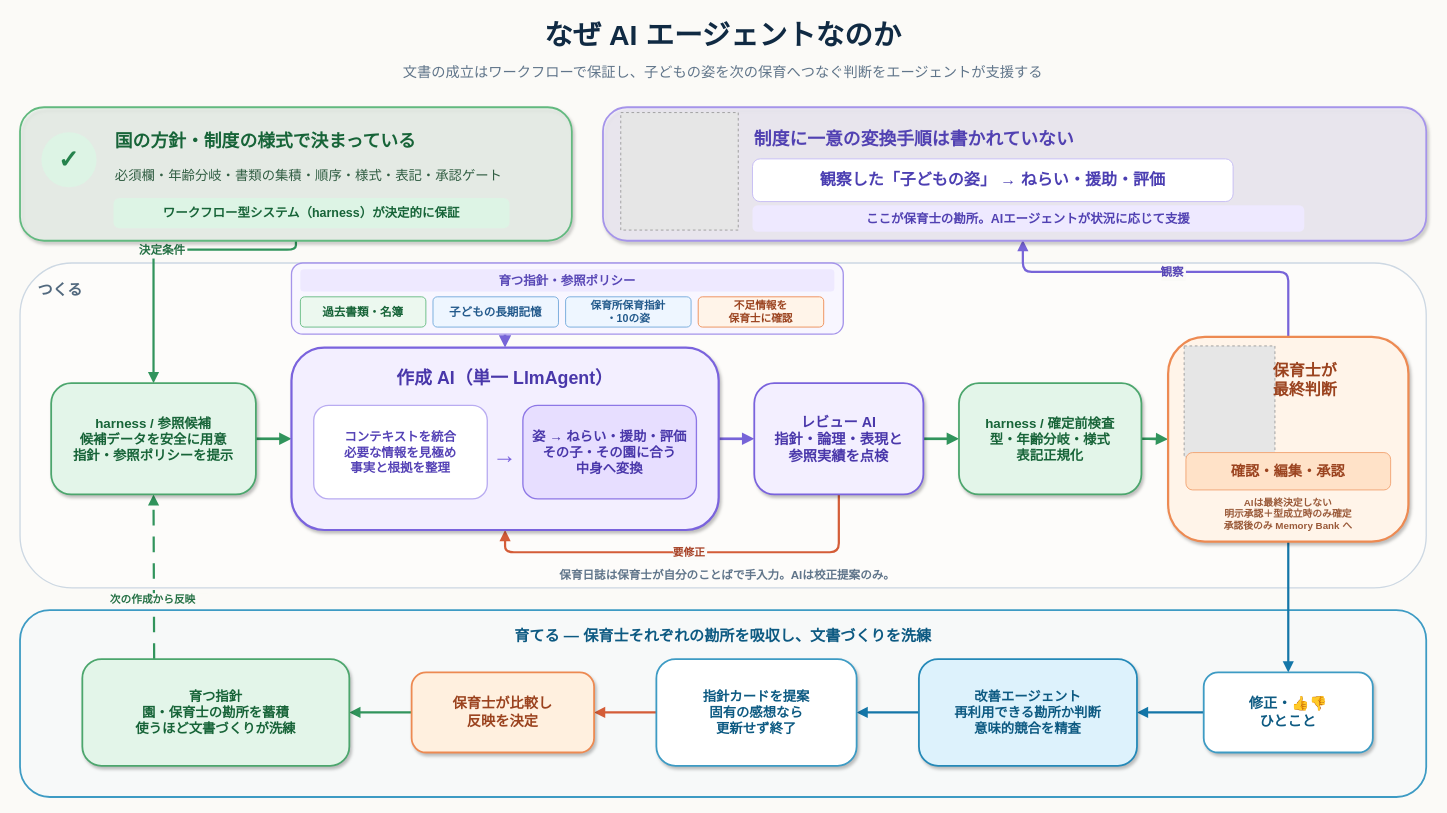
Before: docs/agent-workflow.drawio in soichiGogo/hoiku-agent, a draw.io diagram. Source tidied: cells renumbered, new cells numbered last; positions are measured from the earlier drawing's top-left corner, leaving out a move shared by most shapes. Both pictures are drawn from the tidied source at 89%, with x=0, y=0 at pixel (20, 15). Pictures stored in the file or linked from it are replaced by grey dashed boxes.
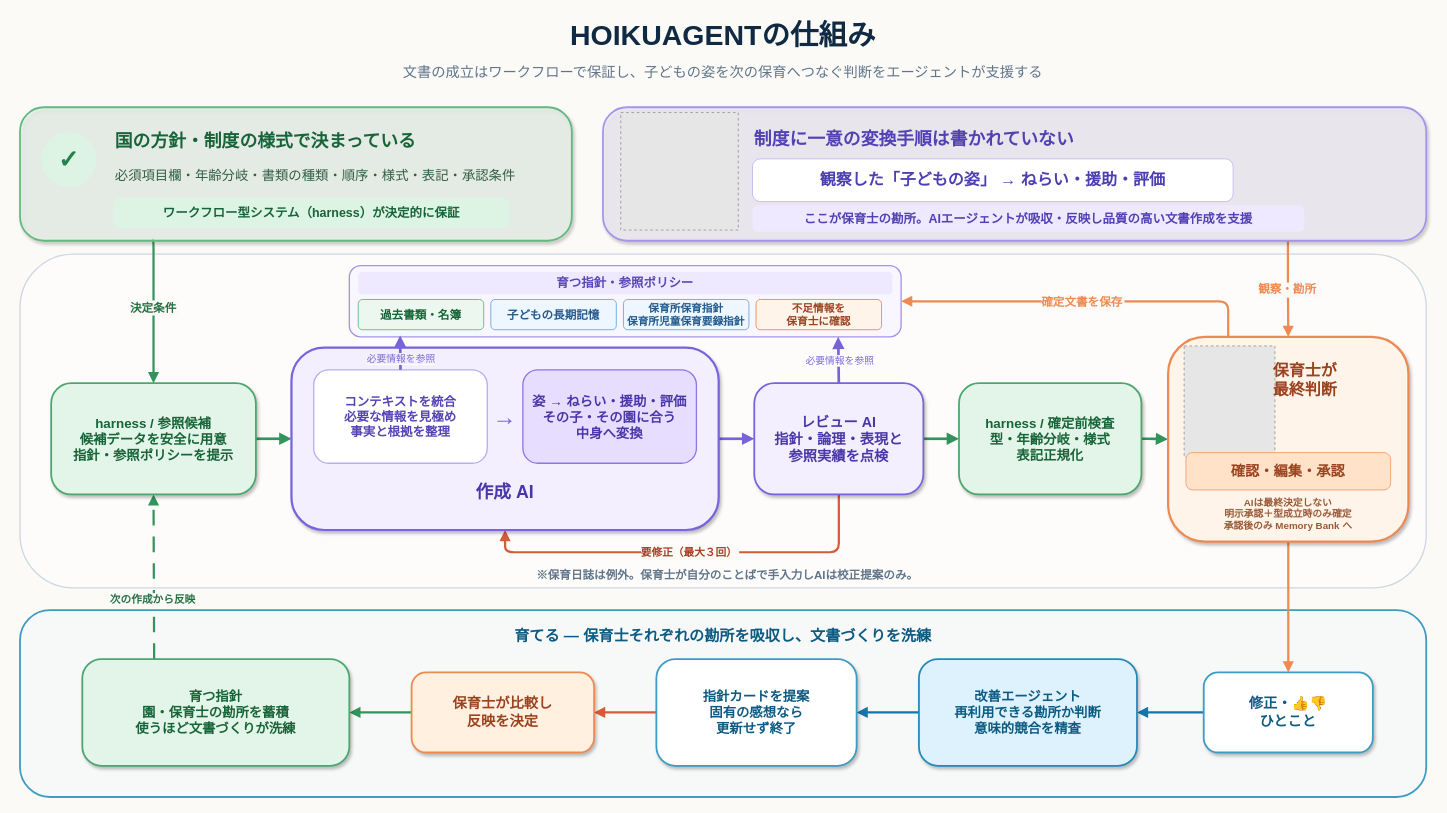
Above is the later version.

Commit message (it also covers changes not shown here):
AIエージェント図の手動調整を反映

Unchanged cells that the change refers to:
```xml
<mxCell id="20" style="rounded=1;whiteSpace=wrap;html=0;fillColor=#ECF8EF;fillOpacity=55;strokeColor=#62B97F;strokeWidth=2;shadow=1;arcSize=18;fontFamily=Helvetica;" parent="1" vertex="1">
  <mxGeometry y="103" width="620" height="150" as="geometry" />
</mxCell>
<mxCell id="25" style="rounded=1;whiteSpace=wrap;html=0;fillColor=#F4F0FF;fillOpacity=60;strokeColor=#A594EA;strokeWidth=2;shadow=1;arcSize=18;fontFamily=Helvetica;" parent="1" vertex="1">
  <mxGeometry x="655" y="103" width="925" height="150" as="geometry" />
</mxCell>
<mxCell id="30" value="harness / 参照候補&#10;候補データを安全に用意&#10;指針・参照ポリシーを提示" style="rounded=1;whiteSpace=wrap;html=0;fillColor=#E3F5E9;strokeColor=#4CA66D;strokeWidth=2;shadow=1;arcSize=18;fontColor=#176438;fontSize=15;fontStyle=1;fontFamily=Helvetica;" parent="1" vertex="1">
  <mxGeometry x="35" y="413" width="230" height="125" as="geometry" />
</mxCell>
<mxCell id="37" style="rounded=1;whiteSpace=wrap;html=0;fillColor=#F3EFFF;strokeColor=#7A63DD;strokeWidth=2.5;shadow=1;arcSize=18;fontFamily=Helvetica;" parent="1" vertex="1">
  <mxGeometry x="305" y="373" width="480" height="205" as="geometry" />
</mxCell>
<mxCell id="42" value="レビュー AI&#10;指針・論理・表現と&#10;参照実績を点検" style="rounded=1;whiteSpace=wrap;html=0;fillColor=#F3EFFF;strokeColor=#7A63DD;strokeWidth=2;shadow=1;arcSize=18;fontColor=#4937AA;fontSize=16;fontStyle=1;fontFamily=Helvetica;" parent="1" vertex="1">
  <mxGeometry x="825" y="413" width="190" height="125" as="geometry" />
</mxCell>
<mxCell id="44" style="rounded=1;whiteSpace=wrap;html=0;fillColor=#FFF4E9;strokeColor=#ED8A52;strokeWidth=2.5;shadow=1;arcSize=18;fontFamily=Helvetica;" parent="1" vertex="1">
  <mxGeometry x="1290" y="361" width="270" height="230" as="geometry" />
</mxCell>
<mxCell id="50" value="修正・👍👎&#10;ひとこと" style="rounded=1;whiteSpace=wrap;html=0;fillColor=#FFFFFF;strokeColor=#3D9BC4;strokeWidth=2;shadow=1;arcSize=18;fontColor=#0D5A82;fontSize=16;fontStyle=1;fontFamily=Helvetica;" parent="1" vertex="1">
  <mxGeometry x="1330" y="738" width="190" height="90" as="geometry" />
</mxCell>
```

Diff of the diagram source:
```diff
@@
+    <mxCell id="3" style="rounded=1;whiteSpace=wrap;html=0;fillColor=#FFFFFF;fillOpacity=35;strokeColor=#CDD8E3;strokeWidth=1.5;verticalAlign=top;align=left;spacingTop=14;spacingLeft=18;fontColor=#52697E;fontSize=17;fontStyle=1;fontFamily=Helvetica;arcSize=16;" parent="1" vertex="1">
+      <mxGeometry y="268" width="1580" height="375" as="geometry" />
+    </mxCell>
@@
-    <mxCell id="3" value="つくる" style="rounded=1;whiteSpace=wrap;html=0;fillColor=#FFFFFF;fillOpacity=35;strokeColor=#CDD8E3;strokeWidth=1.5;verticalAlign=top;align=left;spacingTop=14;spacingLeft=18;fontColor=#52697E;fontSize=17;fontStyle=1;fontFamily=Helvetica;arcSize=16;" parent="1" vertex="1">
-      <mxGeometry y="278" width="1580" height="365" as="geometry" />
-    </mxCell>
-    <mxCell id="4" value="決定条件" style="edgeStyle=orthogonalEdgeStyle;rounded=1;html=0;endArrow=block;endFill=1;strokeWidth=2.5;strokeColor=#31945C;fontColor=#247044;fontSize=13;fontStyle=1;fontFamily=Helvetica;labelBackgroundColor=#FBFAF7;exitX=0.5;exitY=1;entryX=0.5;entryY=0;" parent="1" edge="1" source="20" target="30">
-      <mxGeometry relative="1" as="geometry">
+    <mxCell id="4" value="決定条件" style="edgeStyle=orthogonalEdgeStyle;rounded=1;html=0;endArrow=block;endFill=1;strokeWidth=2.5;strokeColor=#31945C;fontColor=#247044;fontSize=13;fontStyle=1;fontFamily=Helvetica;labelBackgroundColor=#FBFAF7;exitX=0.24;exitY=0.993;entryX=0.5;entryY=0;exitDx=0;exitDy=0;exitPerimeter=0;" parent="1" edge="1" source="20" target="30">
+      <mxGeometry x="-0.05" relative="1" as="geometry">
         <Array as="points">
-          <mxPoint x="310" y="263" />
-          <mxPoint x="150" y="263" />
+          <mxPoint x="150" y="252" />
         </Array>
       </mxGeometry>
     </mxCell>
-    <mxCell id="5" value="観察" style="edgeStyle=orthogonalEdgeStyle;rounded=1;html=0;endArrow=block;endFill=1;strokeWidth=2.5;strokeColor=#7764D8;fontColor=#5847B6;fontSize=13;fontStyle=1;fontFamily=Helvetica;labelBackgroundColor=#FBFAF7;entryX=0.51;entryY=0.995;entryDx=0;entryDy=0;entryPerimeter=0;exitX=0.5;exitY=0;exitDx=0;exitDy=0;" parent="1" edge="1" source="44" target="25">
-      <mxGeometry relative="1" as="geometry">
-        <Array as="points">
-          <mxPoint x="1425" y="288" />
-          <mxPoint x="1127" y="288" />
-        </Array>
-      </mxGeometry>
+    <mxCell id="5" value="観察・勘所" style="edgeStyle=orthogonalEdgeStyle;rounded=1;html=0;endArrow=block;endFill=1;strokeWidth=2.5;strokeColor=light-dark(#ee8a52, #9282e6);fontColor=light-dark(#ef8a52, #ab9cfb);fontSize=13;fontStyle=1;fontFamily=Helvetica;labelBackgroundColor=#FBFAF7;entryX=0.5;entryY=0;entryDx=0;entryDy=0;exitX=0.832;exitY=0.997;exitDx=0;exitDy=0;exitPerimeter=0;" parent="1" edge="1" source="25" target="44">
+      <mxGeometry relative="1" as="geometry" />
     </mxCell>
@@
-    <mxCell id="7" style="edgeStyle=orthogonalEdgeStyle;rounded=1;html=0;endArrow=block;endFill=1;strokeWidth=3;strokeColor=#7764D8;exitX=0.387;exitY=1;entryX=0.5;entryY=0;" parent="1" edge="1" source="31" target="37">
-      <mxGeometry relative="1" as="geometry" />
-    </mxCell>
@@
-    <mxCell id="11" value="要修正" style="edgeStyle=orthogonalEdgeStyle;rounded=1;html=0;endArrow=block;endFill=1;strokeWidth=2.5;strokeColor=#D45D38;fontColor=#A53E22;fontSize=12;fontStyle=1;fontFamily=Helvetica;labelBackgroundColor=#FBFAF7;exitX=0.5;exitY=1;" parent="1" edge="1" source="42">
+    <mxCell id="11" value="要修正（最大３回）" style="edgeStyle=orthogonalEdgeStyle;rounded=1;html=0;endArrow=block;endFill=1;strokeWidth=2.5;strokeColor=#D45D38;fontColor=#A53E22;fontSize=12;fontStyle=1;fontFamily=Helvetica;labelBackgroundColor=#FBFAF7;exitX=0.5;exitY=1;" parent="1" edge="1" source="42">
       <mxGeometry relative="1" as="geometry">
         <mxPoint x="545" y="578" as="targetPoint" />
         <Array as="points">
           <mxPoint x="920" y="603" />
           <mxPoint x="545" y="603" />
           <mxPoint x="545" y="578" />
         </Array>
       </mxGeometry>
     </mxCell>
-    <mxCell id="12" style="edgeStyle=orthogonalEdgeStyle;rounded=1;html=0;endArrow=block;endFill=1;strokeWidth=2.5;strokeColor=#1476A8;fontColor=#0D5A82;fontSize=13;fontStyle=1;fontFamily=Helvetica;labelBackgroundColor=#FBFAF7;exitX=0.5;exitY=1;entryX=0.5;entryY=0;" parent="1" edge="1" source="44" target="50">
+    <mxCell id="12" style="edgeStyle=orthogonalEdgeStyle;rounded=1;html=0;endArrow=block;endFill=1;strokeWidth=2.5;strokeColor=light-dark(#ee8a52, #52a6d1);fontColor=#0D5A82;fontSize=13;fontStyle=1;fontFamily=Helvetica;labelBackgroundColor=#FBFAF7;exitX=0.5;exitY=1;entryX=0.5;entryY=0;" parent="1" edge="1" source="44" target="50">
       <mxGeometry x="0.07" y="-50" relative="1" as="geometry" />
     </mxCell>
@@
-    <mxCell id="18" value="なぜ AI エージェントなのか" style="text;html=0;strokeColor=none;fillColor=none;align=center;verticalAlign=middle;whiteSpace=wrap;fontColor=#102A43;fontSize=32;fontStyle=1;fontFamily=Helvetica;" parent="1" vertex="1">
+    <mxCell id="18" value="HOIKUAGENTの仕組み" style="text;html=0;strokeColor=none;fillColor=none;align=center;verticalAlign=middle;whiteSpace=wrap;fontColor=#102A43;fontSize=32;fontStyle=1;fontFamily=Helvetica;" parent="1" vertex="1">
       <mxGeometry x="275" width="1030" height="46" as="geometry" />
     </mxCell>
@@
-    <mxCell id="23" value="必須欄・年齢分岐・書類の集積・順序・様式・表記・承認ゲート" style="text;html=0;strokeColor=none;fillColor=none;align=left;verticalAlign=middle;whiteSpace=wrap;fontColor=#315E43;fontSize=15;fontFamily=Helvetica;" parent="20" vertex="1">
+    <mxCell id="23" value="必須項目欄・年齢分岐・書類の種類・順序・様式・表記・承認条件" style="text;html=0;strokeColor=none;fillColor=none;align=left;verticalAlign=middle;whiteSpace=wrap;fontColor=#315E43;fontSize=15;fontFamily=Helvetica;" parent="20" vertex="1">
       <mxGeometry x="105" y="54" width="475" height="44" as="geometry" />
     </mxCell>
@@
-    <mxCell id="29" value="ここが保育士の勘所。AIエージェントが状況に応じて支援" style="rounded=1;whiteSpace=wrap;html=0;fillColor=#EEE9FF;strokeColor=none;arcSize=20;fontColor=#5141B2;fontSize=14;fontStyle=1;fontFamily=Helvetica;" parent="25" vertex="1">
+    <mxCell id="29" value="ここが保育士の勘所。AIエージェントが吸収・反映し品質の高い文書作成を支援" style="rounded=1;whiteSpace=wrap;html=0;fillColor=#EEE9FF;strokeColor=none;arcSize=20;fontColor=#5141B2;fontSize=14;fontStyle=1;fontFamily=Helvetica;" parent="25" vertex="1">
       <mxGeometry x="168" y="110" width="620" height="30" as="geometry" />
     </mxCell>
@@
     <mxCell id="31" style="rounded=1;whiteSpace=wrap;html=0;fillColor=#F8F6FF;strokeColor=#A594EA;strokeWidth=1.5;arcSize=16;fontFamily=Helvetica;" parent="1" vertex="1">
-      <mxGeometry x="305" y="278" width="620" height="80" as="geometry" />
+      <mxGeometry x="370" y="281" width="620" height="80" as="geometry" />
     </mxCell>
@@
-    <mxCell id="35" value="保育所保育指針&#10;・10の姿" style="rounded=1;whiteSpace=wrap;html=0;fillColor=#EEF6FF;strokeColor=#6FA7DA;strokeWidth=1;arcSize=14;fontColor=#235A8C;fontSize=12;fontStyle=1;fontFamily=Helvetica;" parent="31" vertex="1">
+    <mxCell id="35" value="保育所保育指針&#10;保育所児童保育要録指針" style="rounded=1;whiteSpace=wrap;html=0;fillColor=#EEF6FF;strokeColor=#6FA7DA;strokeWidth=1;arcSize=14;fontColor=#235A8C;fontSize=12;fontStyle=1;fontFamily=Helvetica;" parent="31" vertex="1">
       <mxGeometry x="308" y="38" width="141" height="34" as="geometry" />
     </mxCell>
@@
-    <mxCell id="38" value="作成 AI（単一 LlmAgent）" style="text;html=0;strokeColor=none;fillColor=none;align=center;verticalAlign=middle;whiteSpace=wrap;fontColor=#4937AA;fontSize=20;fontStyle=1;fontFamily=Helvetica;" parent="37" vertex="1">
-      <mxGeometry x="35" y="18" width="410" height="32" as="geometry" />
-    </mxCell>
     <mxCell id="39" value="コンテキストを統合&#10;必要な情報を見極め&#10;事実と根拠を整理" style="rounded=1;whiteSpace=wrap;html=0;fillColor=#FFFFFF;strokeColor=#B9ACF1;strokeWidth=1.5;arcSize=16;fontColor=#5543B6;fontSize=14;fontStyle=1;fontFamily=Helvetica;" parent="37" vertex="1">
-      <mxGeometry x="25" y="65" width="195" height="105" as="geometry" />
+      <mxGeometry x="25" y="25" width="195" height="105" as="geometry" />
     </mxCell>
     <mxCell id="40" value="→" style="text;html=0;strokeColor=none;fillColor=none;align=center;verticalAlign=middle;fontColor=#7A63DD;fontSize=27;fontStyle=1;fontFamily=Helvetica;" parent="37" vertex="1">
-      <mxGeometry x="220" y="95" width="40" height="45" as="geometry" />
+      <mxGeometry x="220" y="53" width="40" height="45" as="geometry" />
     </mxCell>
     <mxCell id="41" value="姿 → ねらい・援助・評価&#10;その子・その園に合う&#10;中身へ変換" style="rounded=1;whiteSpace=wrap;html=0;fillColor=#E7DEFF;strokeColor=#8D77E6;strokeWidth=1.5;arcSize=16;fontColor=#4937AA;fontSize=15;fontStyle=1;fontFamily=Helvetica;" parent="37" vertex="1">
-      <mxGeometry x="260" y="65" width="195" height="105" as="geometry" />
+      <mxGeometry x="260" y="25" width="195" height="105" as="geometry" />
     </mxCell>
+    <mxCell id="38" value="作成 AI" style="text;html=0;strokeColor=none;fillColor=none;align=center;verticalAlign=middle;whiteSpace=wrap;fontColor=#4937AA;fontSize=20;fontStyle=1;fontFamily=Helvetica;" parent="37" vertex="1">
+      <mxGeometry x="35" y="145" width="410" height="32" as="geometry" />
+    </mxCell>
@@
-    <mxCell id="49" value="保育日誌は保育士が自分のことばで手入力。AIは校正提案のみ。" style="text;html=0;strokeColor=none;fillColor=none;align=center;verticalAlign=middle;whiteSpace=wrap;fontColor=#60758A;fontSize=13;fontStyle=1;fontFamily=Helvetica;" parent="1" vertex="1">
+    <mxCell id="49" value="※保育日誌は例外。保育士が自分のことばで手入力しAIは校正提案のみ。" style="text;html=0;strokeColor=none;fillColor=none;align=center;verticalAlign=middle;whiteSpace=wrap;fontColor=#60758A;fontSize=13;fontStyle=1;fontFamily=Helvetica;" parent="1" vertex="1">
       <mxGeometry x="435" y="618" width="720" height="22" as="geometry" />
     </mxCell>
@@
+    <mxCell id="55" style="rounded=1;html=0;endArrow=block;endFill=1;strokeWidth=3;strokeColor=#7764D8;exitX=0.5;exitY=0;exitDx=0;exitDy=0;entryX=0.092;entryY=0.98;entryDx=0;entryDy=0;entryPerimeter=0;fontFamily=Helvetica;" parent="1" edge="1" source="39" target="31">
+      <mxGeometry relative="1" as="geometry" />
+    </mxCell>
+    <mxCell id="56" value="&lt;font style=&quot;color: light-dark(rgb(123, 104, 217), rgb(237, 237, 237)); background-color: light-dark(rgb(244, 239, 255), rgb(237, 237, 237));&quot;&gt;必要情報を参照&lt;/font&gt;" style="edgeLabel;html=1;align=center;verticalAlign=middle;fontFamily=Helvetica;" parent="55" vertex="1">
+      <mxGeometry x="0.05" relative="1" as="geometry">
+        <mxPoint y="7" as="offset" />
+      </mxGeometry>
+    </mxCell>
+    <mxCell id="57" style="rounded=1;html=0;endArrow=block;endFill=1;strokeWidth=3;strokeColor=#7764D8;exitX=0.5;exitY=0;exitDx=0;exitDy=0;entryX=0.886;entryY=0.999;entryDx=0;entryDy=0;entryPerimeter=0;fontFamily=Helvetica;" parent="1" edge="1" source="42" target="31">
+      <mxGeometry relative="1" as="geometry" />
+    </mxCell>
+    <mxCell id="58" value="&lt;font style=&quot;color: light-dark(rgb(119, 100, 216), rgb(237, 237, 237));&quot;&gt;必要情報を参照&lt;/font&gt;" style="edgeLabel;html=1;align=center;verticalAlign=middle;fontFamily=Helvetica;" parent="57" vertex="1">
+      <mxGeometry x="0.68" y="-3" relative="1" as="geometry">
+        <mxPoint x="-2" y="19" as="offset" />
+      </mxGeometry>
+    </mxCell>
+    <mxCell id="59" value="確定文書を保存" style="edgeStyle=orthogonalEdgeStyle;rounded=1;html=0;endArrow=block;endFill=1;strokeWidth=2.5;strokeColor=light-dark(#ee8a52, #9282e6);fontColor=light-dark(#ef8a52, #ab9cfb);fontSize=13;fontStyle=1;fontFamily=Helvetica;labelBackgroundColor=#FBFAF7;exitX=0.25;exitY=0;exitDx=0;exitDy=0;entryX=1;entryY=0.5;entryDx=0;entryDy=0;" parent="1" edge="1" source="44" target="31">
+      <mxGeometry relative="1" as="geometry" />
+    </mxCell>
```
